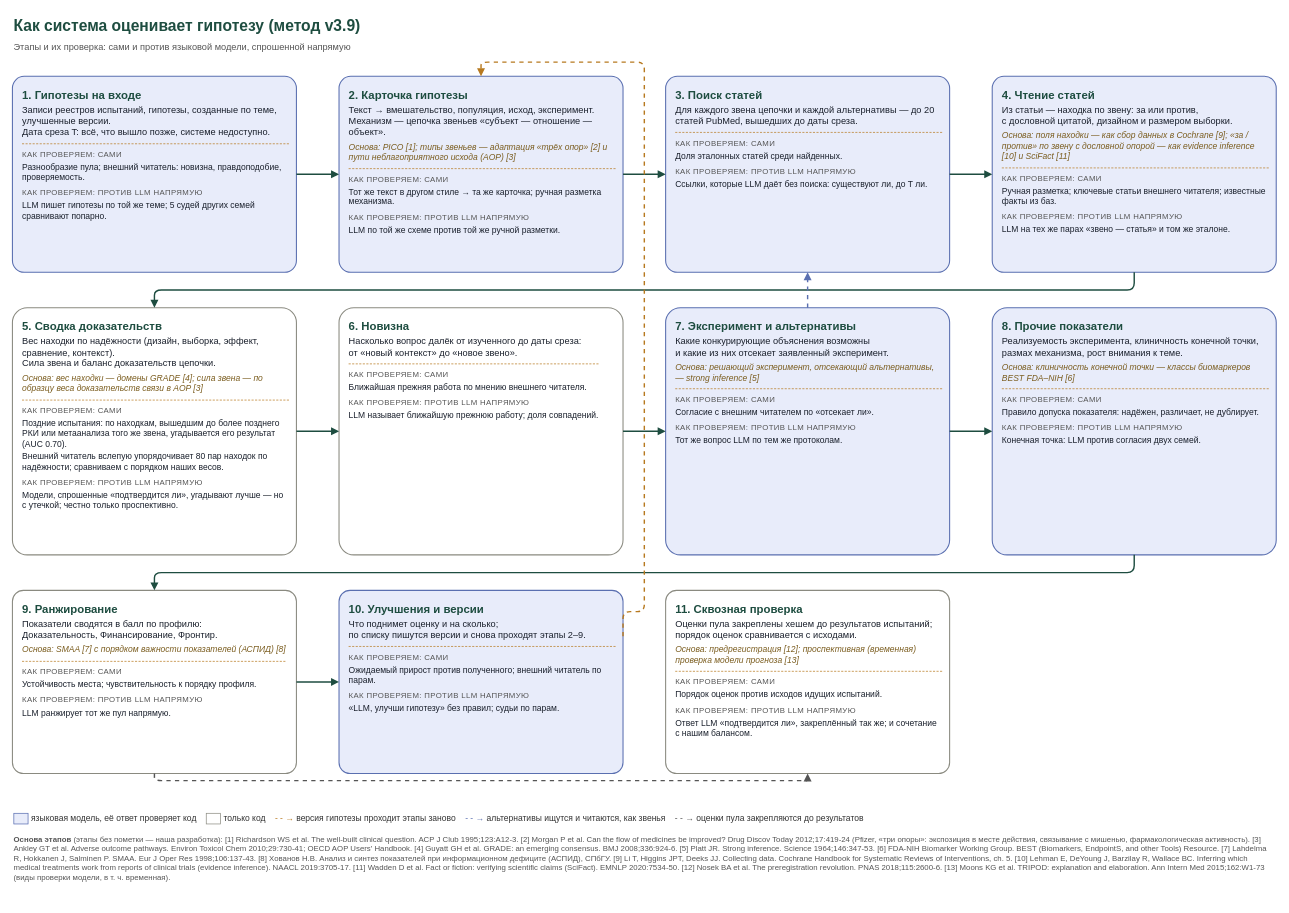
The draw.io diagram docs/system/flow_check.drawio in danrd/hyp-arena, before the edit. Source tidied: cells renumbered, new cells numbered last; positions are measured from the earlier drawing's top-left corner, leaving out a move shared by most shapes. Both pictures are drawn from the tidied source at 71%, with x=0, y=0 at pixel (12, 12).
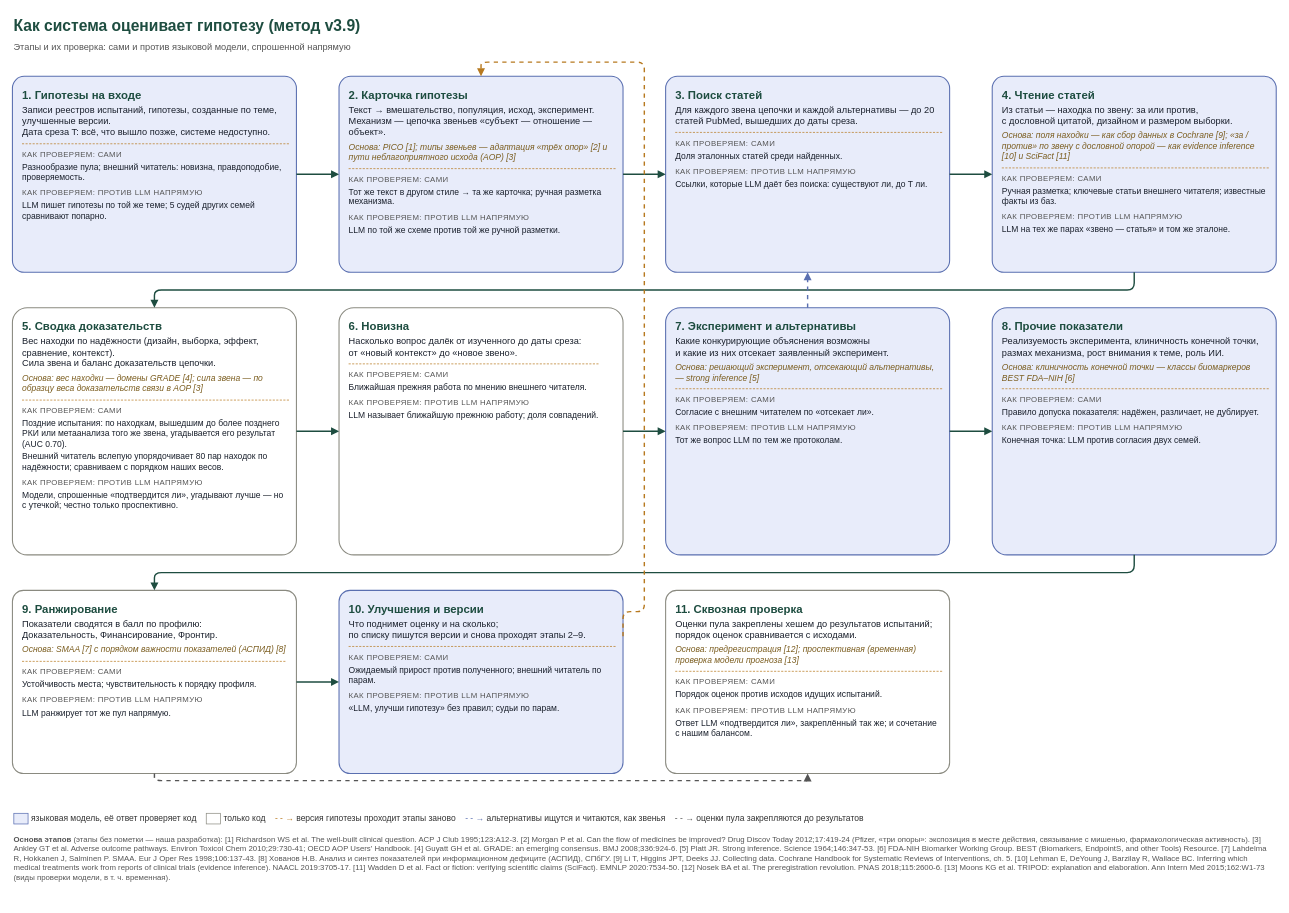
Above is the later version.

Commit message (it also covers changes not shown here):
Flow scheme, stage 8: what each endpoint level means (function = performance measured by a test) and the AI role indicator

Diff of the diagram source:
```diff
@@
-    <mxCell id="10" value="&lt;div style='font-size:16px;color:#1E4D40'&gt;&lt;b&gt;8. Прочие показатели&lt;/b&gt;&lt;/div&gt;&lt;div style='margin-top:4px'&gt;Реализуемость эксперимента, клиничность конечной точки,&lt;br/&gt;размах механизма, рост внимания к теме.&lt;/div&gt;&lt;div style='margin-top:6px;font-size:12px;color:#7A5C1E'&gt;&lt;i&gt;Основа: клиничность конечной точки — классы биомаркеров BEST FDA–NIH [6]&lt;/i&gt;&lt;/div&gt;&lt;div style='margin-top:8px;border-top:1px dashed #B7791F'&gt;&lt;/div&gt;&lt;div style='margin-top:8px;font-size:11px;color:#555;text-transform:uppercase;letter-spacing:0.5px'&gt;Как проверяем: сами&lt;/div&gt;&lt;div style='font-size:12px'&gt;&lt;div style='margin-top:4px'&gt;Правило допуска показателя: надёжен, различает, не дублирует.&lt;/div&gt;&lt;/div&gt;&lt;div style='margin-top:8px;font-size:11px;color:#555;text-transform:uppercase;letter-spacing:0.5px'&gt;Как проверяем: против LLM напрямую&lt;/div&gt;&lt;div style='font-size:12px'&gt;&lt;div style='margin-top:4px'&gt;Конечная точка: LLM против согласия двух семей.&lt;/div&gt;&lt;/div&gt;" style="rounded=1;arcSize=6;whiteSpace=wrap;html=1;fillColor=#E8ECFA;strokeColor=#5A6FB0;strokeWidth=1.5;fontSize=13;fontColor=#1A202C;align=left;verticalAlign=top;spacingLeft=12;spacingRight=10;spacingTop=10;" parent="1" vertex="1">
+    <mxCell id="10" value="&lt;div style='font-size:16px;color:#1E4D40'&gt;&lt;b&gt;8. Прочие показатели&lt;/b&gt;&lt;/div&gt;&lt;div style='margin-top:4px'&gt;Реализуемость эксперимента, клиничность конечной точки,&lt;br/&gt;размах механизма, рост внимания к теме, роль ИИ.&lt;/div&gt;&lt;div style='margin-top:6px;font-size:12px;color:#7A5C1E'&gt;&lt;i&gt;Основа: клиничность конечной точки — классы биомаркеров BEST FDA–NIH [6]&lt;/i&gt;&lt;/div&gt;&lt;div style='margin-top:8px;border-top:1px dashed #B7791F'&gt;&lt;/div&gt;&lt;div style='margin-top:8px;font-size:11px;color:#555;text-transform:uppercase;letter-spacing:0.5px'&gt;Как проверяем: сами&lt;/div&gt;&lt;div style='font-size:12px'&gt;&lt;div style='margin-top:4px'&gt;Правило допуска показателя: надёжен, различает, не дублирует.&lt;/div&gt;&lt;/div&gt;&lt;div style='margin-top:8px;font-size:11px;color:#555;text-transform:uppercase;letter-spacing:0.5px'&gt;Как проверяем: против LLM напрямую&lt;/div&gt;&lt;div style='font-size:12px'&gt;&lt;div style='margin-top:4px'&gt;Конечная точка: LLM против согласия двух семей.&lt;/div&gt;&lt;/div&gt;" style="rounded=1;arcSize=6;whiteSpace=wrap;html=1;fillColor=#E8ECFA;strokeColor=#5A6FB0;strokeWidth=1.5;fontSize=13;fontColor=#1A202C;align=left;verticalAlign=top;spacingLeft=12;spacingRight=10;spacingTop=10;" parent="1" vertex="1">
       <mxGeometry x="1380" y="416" width="400" height="348" as="geometry" />
     </mxCell>
```
